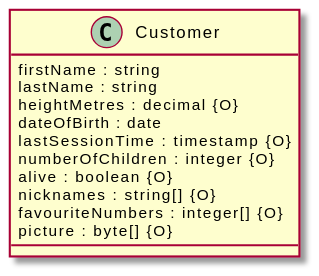
Before: src/docs/tests/simple-types-and-arrays.puml.svg, a diagram exported from PlantUML (davidmoten/openapi-to-plantuml). Source of this version:
```plantuml
@startuml
set namespaceSeparator none

class "Customer" {
  firstName : string
  lastName : string
  heightMetres : decimal {O}
  dateOfBirth : date
  lastSessionTime : timestamp {O}
  numberOfChildren : integer {O}
  alive : boolean {O}
  nicknames : string[] {O}
  favouriteNumbers : integer[] {O}
  picture : byte[] {O}
}

@enduml
```
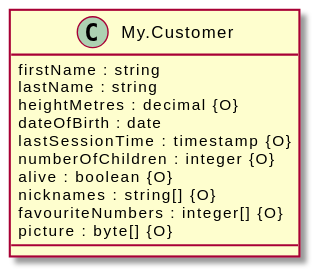
After the commit.

The edit, as a diff of the source:
```diff
@@ -1,7 +1,7 @@
 @startuml
 set namespaceSeparator none
 
-class "Customer" {
+class "My.Customer" {
   firstName : string
   lastName : string
   heightMetres : decimal {O}
```
